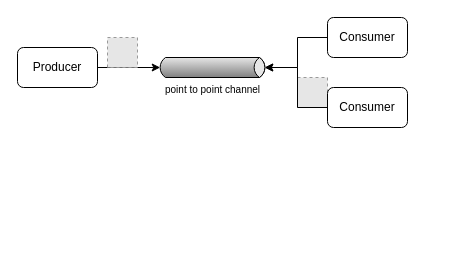
Earlier version of the draw.io diagram imagens/10-mensageria-e-eventos/point-to-point-channel-competing-consumers.drawio (caelum/apostila-microservices-com-spring-cloud). Source tidied: cells renumbered, new cells numbered last; positions are measured from the earlier drawing's top-left corner, leaving out a move shared by most shapes. Both pictures are drawn from the tidied source at 100%, with x=0, y=0 at pixel (17, 17). Pictures stored in the file or linked from it are replaced by grey dashed boxes.
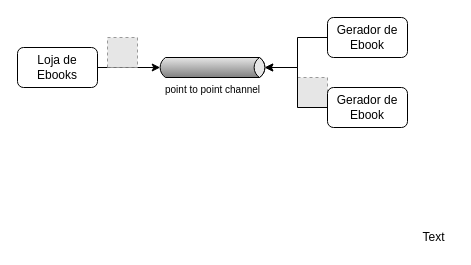
Above is the later version.

The edit, as a diff of the source:
```diff
@@
 <mxGraphModel>
   <root>
     <mxCell id="0" />
     <mxCell id="1" parent="0" />
     <mxCell id="2" style="edgeStyle=orthogonalEdgeStyle;rounded=0;jettySize=auto;html=1;exitX=1;exitY=0.5;exitDx=0;exitDy=0;entryX=0;entryY=0.5;entryDx=2.7;entryDy=0;entryPerimeter=0;fontColor=#000000;" parent="1" edge="1" source="3" target="4">
       <mxGeometry relative="1" as="geometry" />
     </mxCell>
-    <mxCell id="3" value="Producer" style="rounded=1;whiteSpace=wrap;html=1;" parent="1" vertex="1">
+    <mxCell id="3" value="Loja de Ebooks" style="rounded=1;whiteSpace=wrap;html=1;" parent="1" vertex="1">
       <mxGeometry y="30" width="80" height="40" as="geometry" />
     </mxCell>
     <mxCell id="4" value="&lt;font style=&quot;font-size: 10px&quot;&gt;point to point channel&lt;/font&gt;" style="strokeWidth=1;outlineConnect=0;dashed=0;align=center;html=1;fontSize=8;shape=mxgraph.eip.messageChannel;verticalLabelPosition=bottom;labelBackgroundColor=#ffffff;verticalAlign=top;" parent="1" vertex="1">
       <mxGeometry x="140" y="40" width="110" height="20" as="geometry" />
     </mxCell>
     <mxCell id="5" style="edgeStyle=orthogonalEdgeStyle;rounded=0;jettySize=auto;html=1;exitX=0;exitY=0.5;exitDx=0;exitDy=0;entryX=1;entryY=0.5;entryDx=-2.7;entryDy=0;entryPerimeter=0;fontColor=#000000;" parent="1" edge="1" source="6" target="4">
       <mxGeometry relative="1" as="geometry" />
     </mxCell>
-    <mxCell id="6" value="Consumer" style="rounded=1;whiteSpace=wrap;html=1;" parent="1" vertex="1">
+    <mxCell id="6" value="Gerador de Ebook" style="rounded=1;whiteSpace=wrap;html=1;" parent="1" vertex="1">
       <mxGeometry x="310" width="80" height="40" as="geometry" />
     </mxCell>
     <mxCell id="7" style="fillColor=#E6E6E6;strokeColor=#999999;dashed=1;html=1;verticalAlign=top;verticalLabelPosition=bottom;labelBackgroundColor=#ffffff;fontColor=#000000;" parent="1" vertex="1">
       <mxGeometry x="280" y="60" width="30" height="30" as="geometry" />
     </mxCell>
     <mxCell id="8" style="edgeStyle=orthogonalEdgeStyle;rounded=0;jettySize=auto;html=1;exitX=0;exitY=0.5;exitDx=0;exitDy=0;entryX=1;entryY=0.5;entryDx=-2.7;entryDy=0;entryPerimeter=0;fontColor=#000000;" parent="1" edge="1" source="9" target="4">
       <mxGeometry relative="1" as="geometry">
         <Array as="points">
           <mxPoint x="280" y="90" />
           <mxPoint x="280" y="50" />
         </Array>
       </mxGeometry>
     </mxCell>
-    <mxCell id="9" value="Consumer" style="rounded=1;whiteSpace=wrap;html=1;" parent="1" vertex="1">
+    <mxCell id="9" value="Gerador de Ebook" style="rounded=1;whiteSpace=wrap;html=1;" parent="1" vertex="1">
       <mxGeometry x="310" y="70" width="80" height="40" as="geometry" />
     </mxCell>
     <mxCell id="10" style="fillColor=#E6E6E6;strokeColor=#999999;dashed=1;html=1;verticalAlign=top;verticalLabelPosition=bottom;labelBackgroundColor=#ffffff;fontColor=#000000;" parent="1" vertex="1">
       <mxGeometry x="90" y="20" width="30" height="30" as="geometry" />
     </mxCell>
+    <mxCell id="11" value="Text" style="text;html=1;align=center;verticalAlign=middle;" parent="1" vertex="1">
+      <mxGeometry x="396" y="210" width="40" height="20" as="geometry" />
+    </mxCell>
   </root>
 </mxGraphModel>
```
